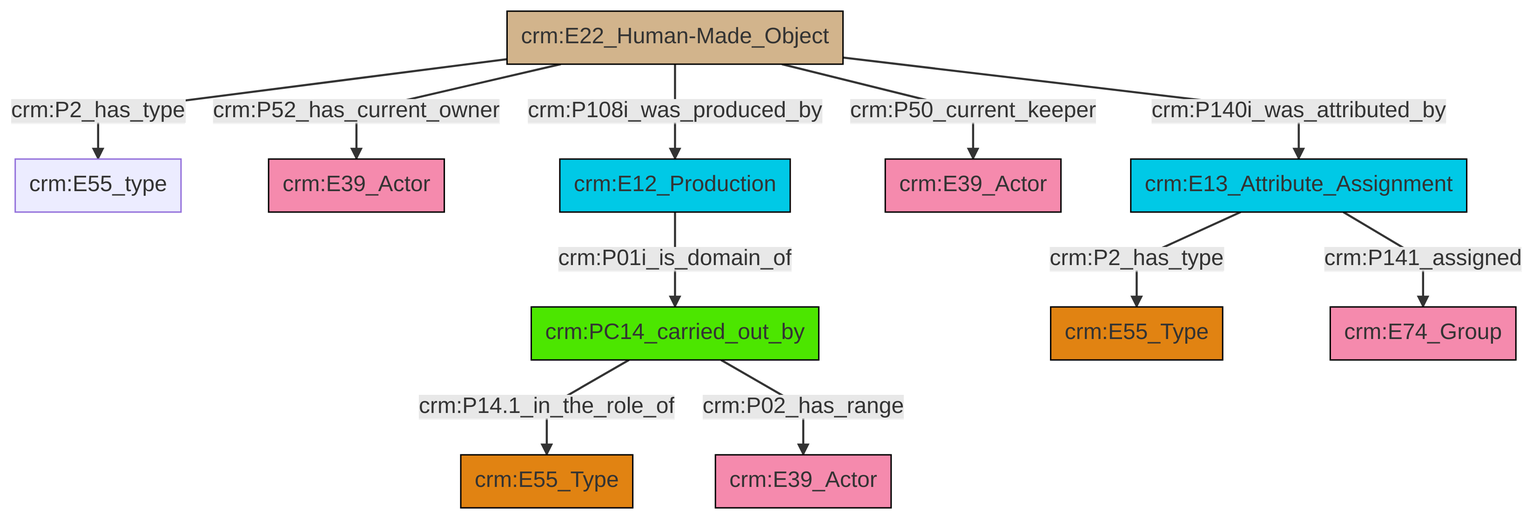
Earlier version of the Mermaid export et/artworkCSV/ttl/mmd/png/Artwork_Actor_Relations.png (swiss-art-research-net/reference-data-models). Its source is kept beside it as et/artworkCSV/ttl/mmd/Artwork_Actor_Relations.ttl.mmd.
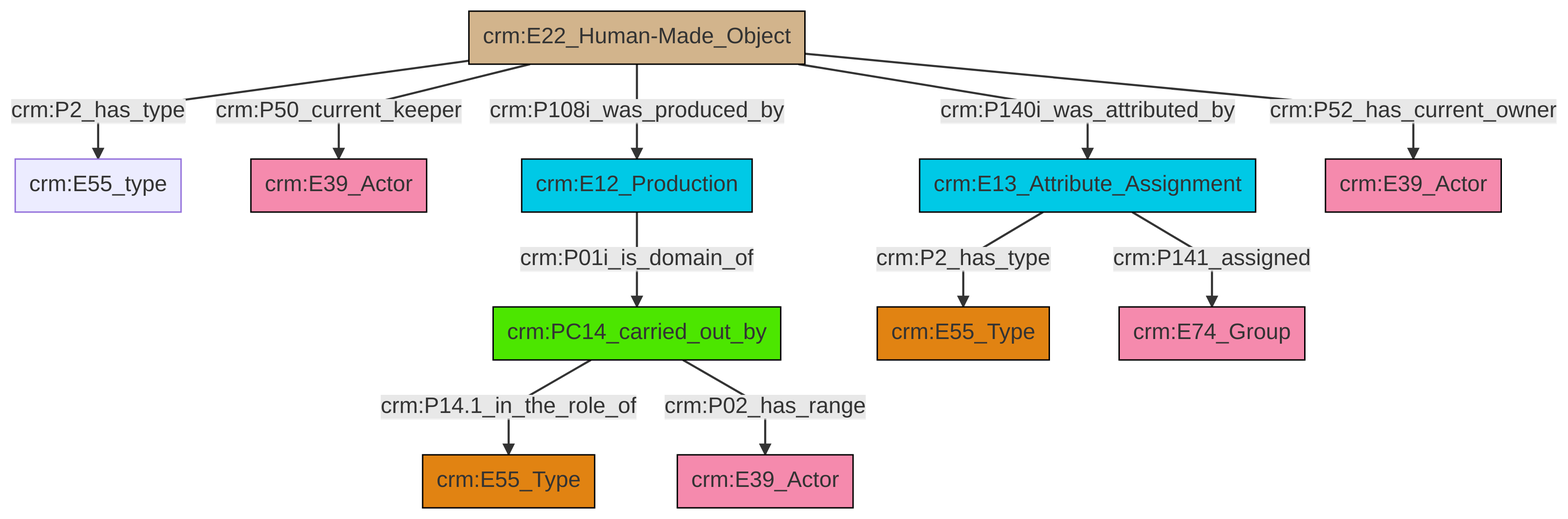
Later version of the same file.

The edit, as a diff of the source:
```diff
@@ -13,13 +13,13 @@
 classDef PC_Classes fill:#4ce600, stroke:#000000;
 classDef Multi fill:#cccccc,stroke:#000000;
 
-2["crm:E22_Human-Made_Object"]:::Physical_Thing -->|crm:P2_has_type| 3["crm:E55_type"]:::Default
-2["crm:E22_Human-Made_Object"]:::Physical_Thing -->|crm:P52_has_current_owner| 4["crm:E39_Actor"]:::Actor
-6["crm:PC14_carried_out_by"]:::PC_Classes -->|crm:P14.1_in_the_role_of| 7["crm:E55_Type"]:::Type
-11["crm:E13_Attribute_Assignment"]:::Temporal_Entity -->|crm:P2_has_type| 9["crm:E55_Type"]:::Type
-2["crm:E22_Human-Made_Object"]:::Physical_Thing -->|crm:P50_current_keeper| 12["crm:E39_Actor"]:::Actor
-14["crm:E12_Production"]:::Temporal_Entity -->|crm:P01i_is_domain_of| 6["crm:PC14_carried_out_by"]:::PC_Classes
-2["crm:E22_Human-Made_Object"]:::Physical_Thing -->|crm:P108i_was_produced_by| 14["crm:E12_Production"]:::Temporal_Entity
-2["crm:E22_Human-Made_Object"]:::Physical_Thing -->|crm:P140i_was_attributed_by| 11["crm:E13_Attribute_Assignment"]:::Temporal_Entity
-11["crm:E13_Attribute_Assignment"]:::Temporal_Entity -->|crm:P141_assigned| 15["crm:E74_Group"]:::Actor
-6["crm:PC14_carried_out_by"]:::PC_Classes -->|crm:P02_has_range| 0["crm:E39_Actor"]:::Actor
+0["crm:E22_Human-Made_Object"]:::Physical_Thing -->|crm:P2_has_type| 1["crm:E55_type"]:::Default
+4["crm:PC14_carried_out_by"]:::PC_Classes -->|crm:P14.1_in_the_role_of| 5["crm:E55_Type"]:::Type
+0["crm:E22_Human-Made_Object"]:::Physical_Thing -->|crm:P108i_was_produced_by| 13["crm:E12_Production"]:::Temporal_Entity
+0["crm:E22_Human-Made_Object"]:::Physical_Thing -->|crm:P140i_was_attributed_by| 6["crm:E13_Attribute_Assignment"]:::Temporal_Entity
+13["crm:E12_Production"]:::Temporal_Entity -->|crm:P01i_is_domain_of| 4["crm:PC14_carried_out_by"]:::PC_Classes
+6["crm:E13_Attribute_Assignment"]:::Temporal_Entity -->|crm:P2_has_type| 8["crm:E55_Type"]:::Type
+0["crm:E22_Human-Made_Object"]:::Physical_Thing -->|crm:P52_has_current_owner| 17["crm:E39_Actor"]:::Actor
+6["crm:E13_Attribute_Assignment"]:::Temporal_Entity -->|crm:P141_assigned| 15["crm:E74_Group"]:::Actor
+0["crm:E22_Human-Made_Object"]:::Physical_Thing -->|crm:P50_current_keeper| 2["crm:E39_Actor"]:::Actor
+4["crm:PC14_carried_out_by"]:::PC_Classes -->|crm:P02_has_range| 10["crm:E39_Actor"]:::Actor
```
